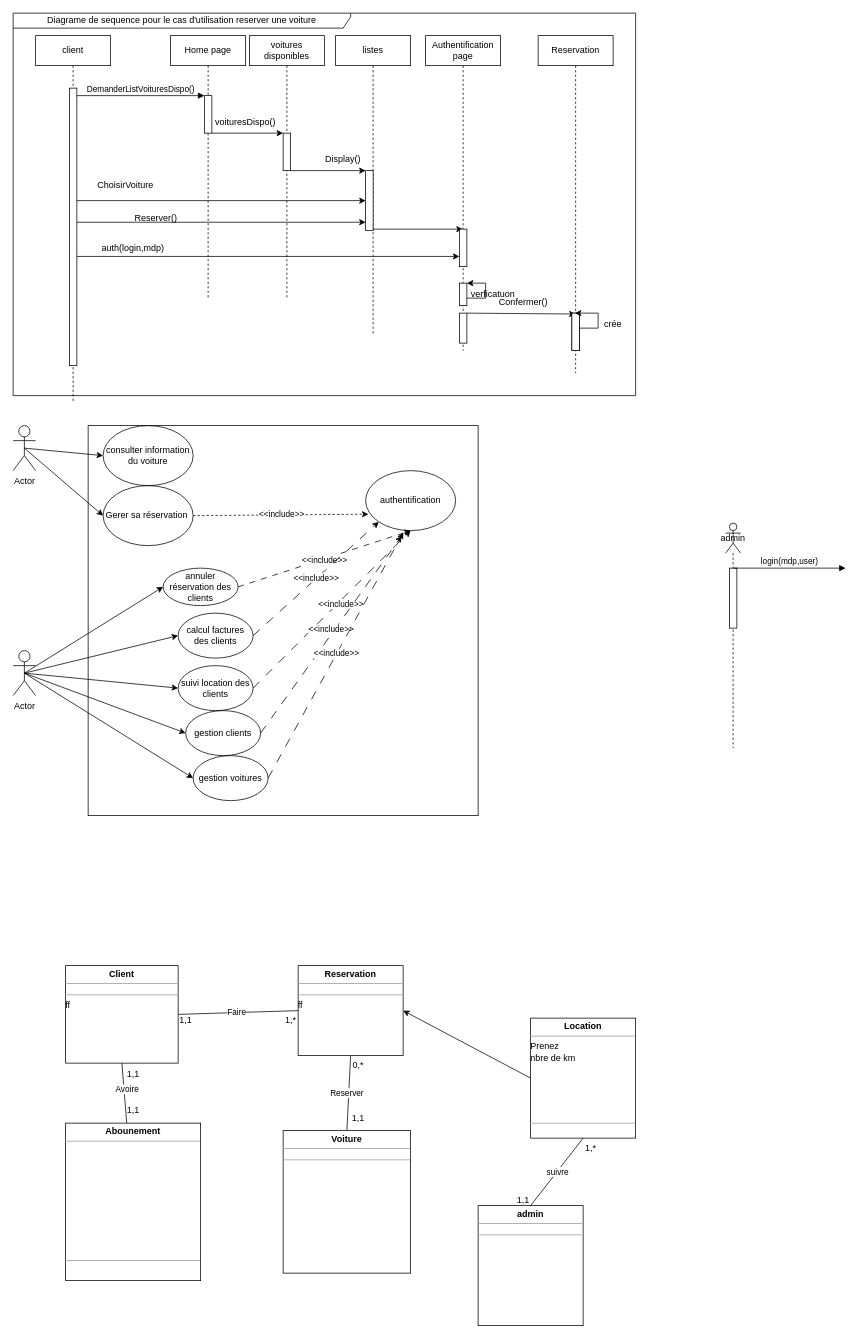
Above: page "Page-1" (1 of 2) of Diagramme sans nom.drawio in nacefzakaria/Picalti (draw.io), before the change. Source tidied: cells renumbered, new cells numbered last; positions are measured from the earlier drawing's top-left corner, leaving out a move shared by most shapes. Both pictures are drawn from the tidied source at 75%, with x=0, y=0 at pixel (13, 13).
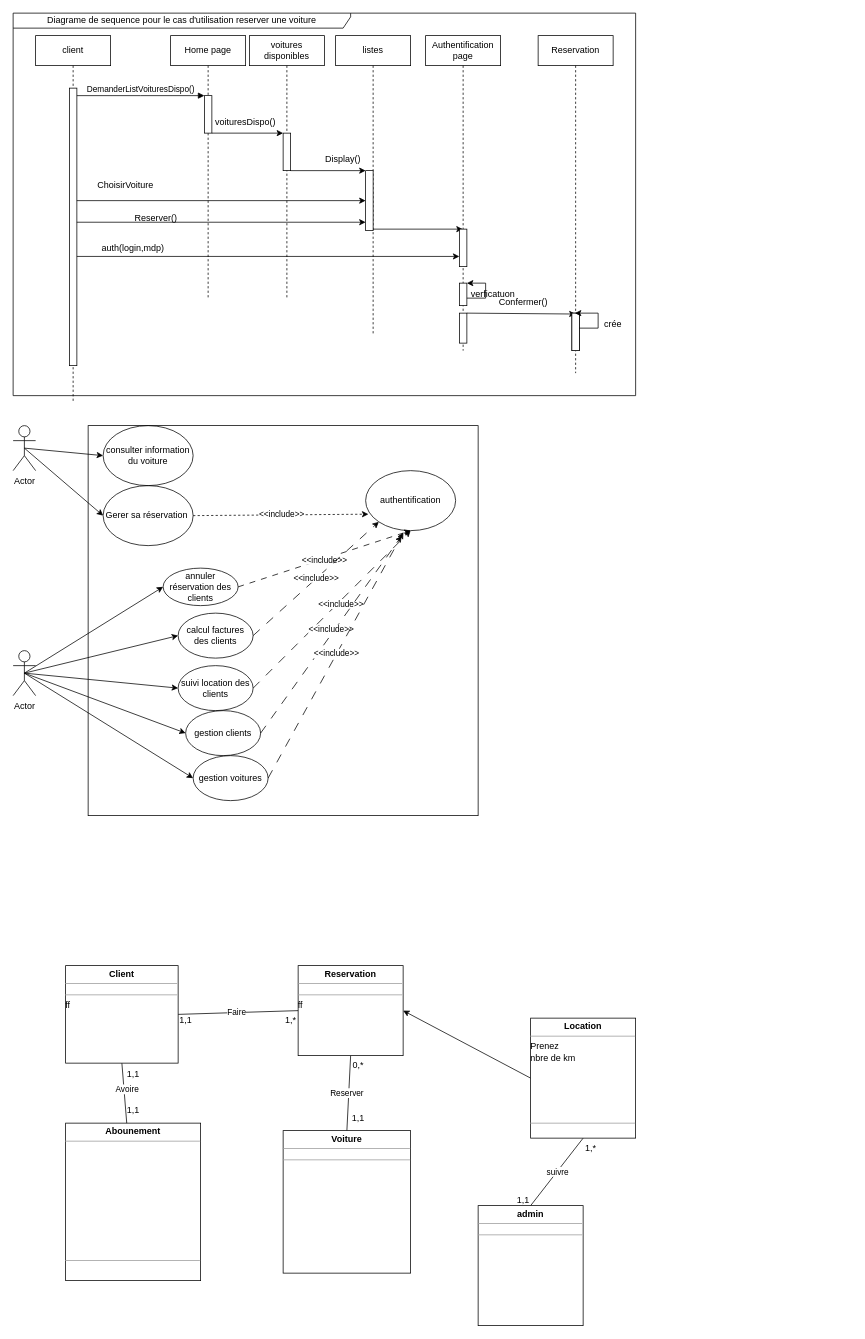
The same diagram, later.

Commit message:
Mettre à jour Diagramme sans nom.drawio

Change to the diagram source:
```diff
@@
-    <mxCell id="73" value="admin" style="shape=umlLifeline;perimeter=lifelinePerimeter;whiteSpace=wrap;html=1;newEdgeStyle={&quot;curved&quot;:0,&quot;rounded&quot;:0};participant=umlActor;size=40;" parent="1" vertex="1">
-      <mxGeometry x="950" y="680" width="20" height="300" as="geometry" />
-    </mxCell>
-    <mxCell id="74" style="html=1;perimeter=orthogonalPerimeter;targetShapes=umlLifeline;newEdgeStyle={&quot;curved&quot;:0,&quot;rounded&quot;:0};" parent="73" vertex="1">
-      <mxGeometry x="5" y="60" width="10" height="80" as="geometry" />
-    </mxCell>
-    <mxCell id="75" value="login(mdp,user)" style="html=1;verticalAlign=bottom;endArrow=block;curved=0;rounded=0;" parent="1" edge="1">
-      <mxGeometry relative="1" as="geometry">
-        <mxPoint x="960" y="740" as="sourcePoint" />
-        <mxPoint x="1110" y="740" as="targetPoint" />
-      </mxGeometry>
-    </mxCell>
```
